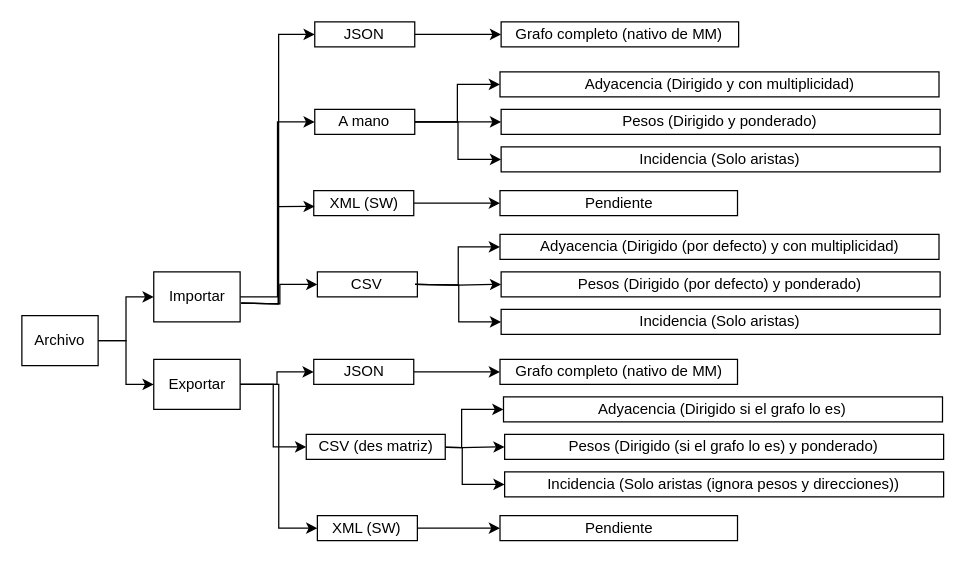
Before: assets/mapa_de_archivo.drawio in PrudenK/madnessmad-docs, a draw.io diagram. Source tidied: cells renumbered, new cells numbered last; positions are measured from the earlier drawing's top-left corner, leaving out a move shared by most shapes. Both pictures are drawn from the tidied source at 125%, with x=0, y=0 at pixel (21, 21).
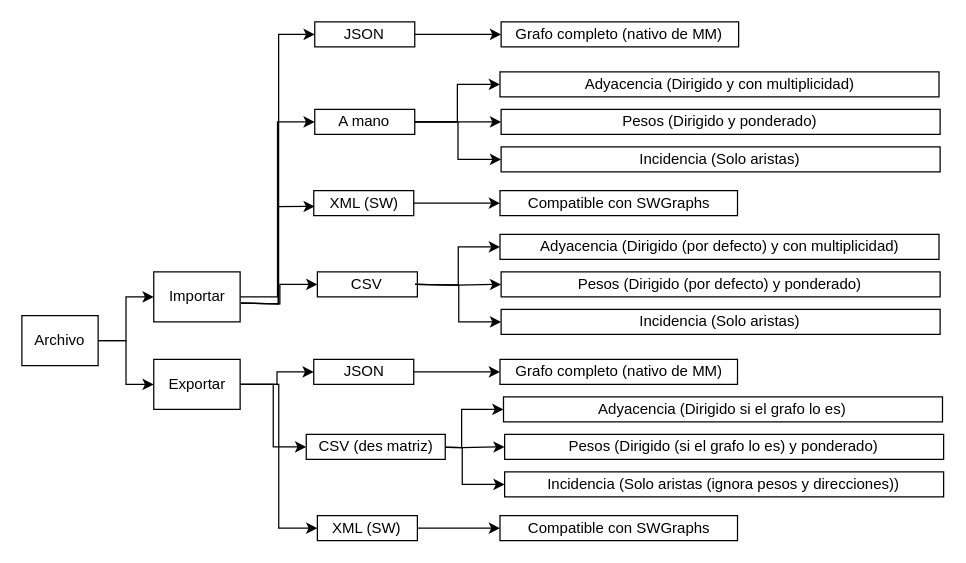
After the change.

What changed in the source:
```diff
@@
-    <mxCell id="27" value="Pendiente" style="rounded=0;whiteSpace=wrap;html=1;" parent="1" vertex="1">
+    <mxCell id="27" value="Compatible con SWGraphs" style="rounded=0;whiteSpace=wrap;html=1;" parent="1" vertex="1">
       <mxGeometry x="382.5" y="135" width="190" height="20" as="geometry" />
     </mxCell>
@@
-    <mxCell id="46" value="Pendiente" style="rounded=0;whiteSpace=wrap;html=1;" parent="1" vertex="1">
+    <mxCell id="46" value="Compatible con SWGraphs" style="rounded=0;whiteSpace=wrap;html=1;" parent="1" vertex="1">
       <mxGeometry x="382.5" y="395" width="190" height="20" as="geometry" />
     </mxCell>
```
